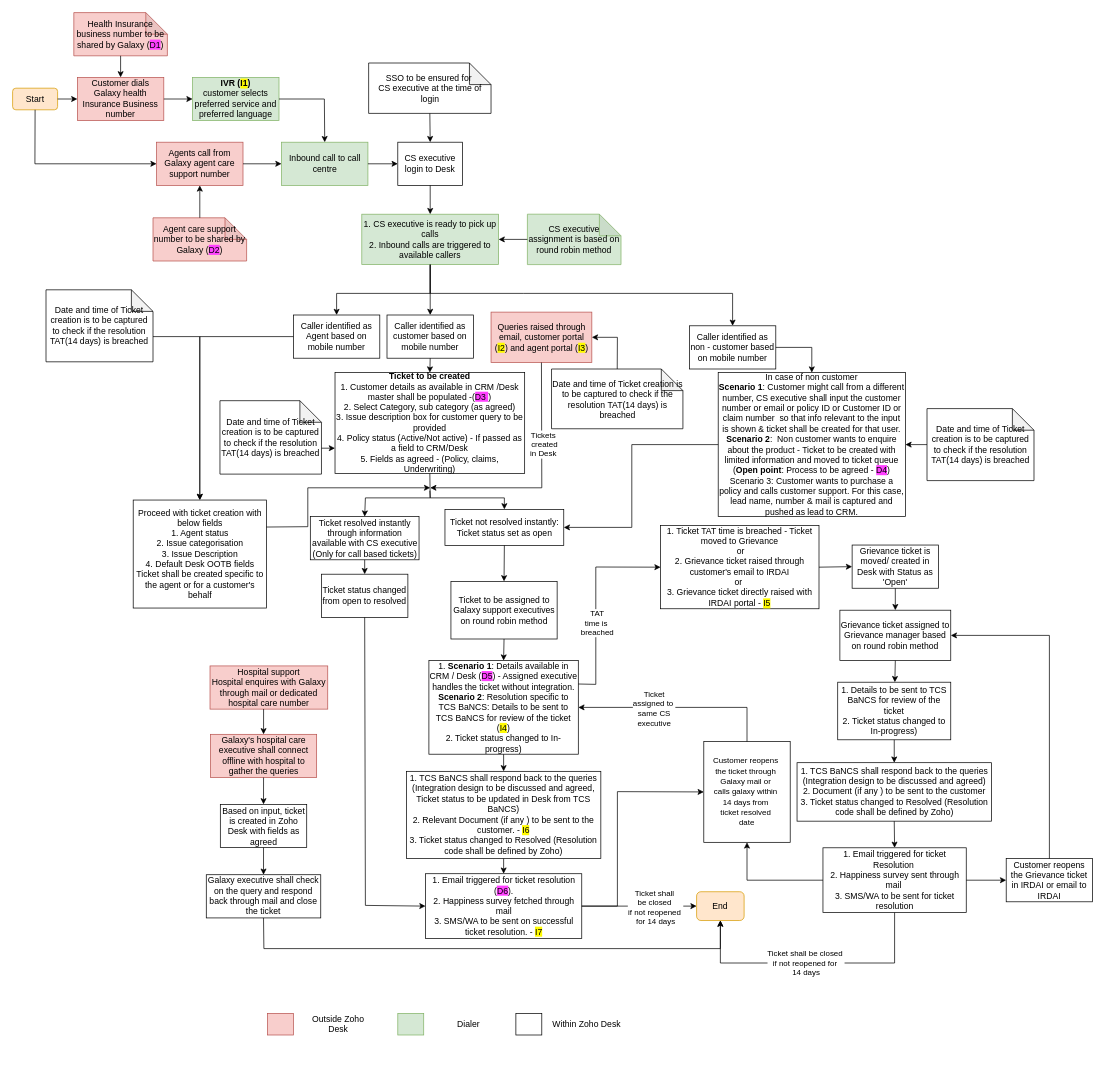
Above: Customer Support.drawio in shaileshsreedar/Galaxy (draw.io), before the change. Source tidied: cells renumbered, new cells numbered last; positions are measured from the earlier drawing's top-left corner, leaving out a move shared by most shapes. Both pictures are drawn from the tidied source at 72%, with x=0, y=0 at pixel (12, 12).
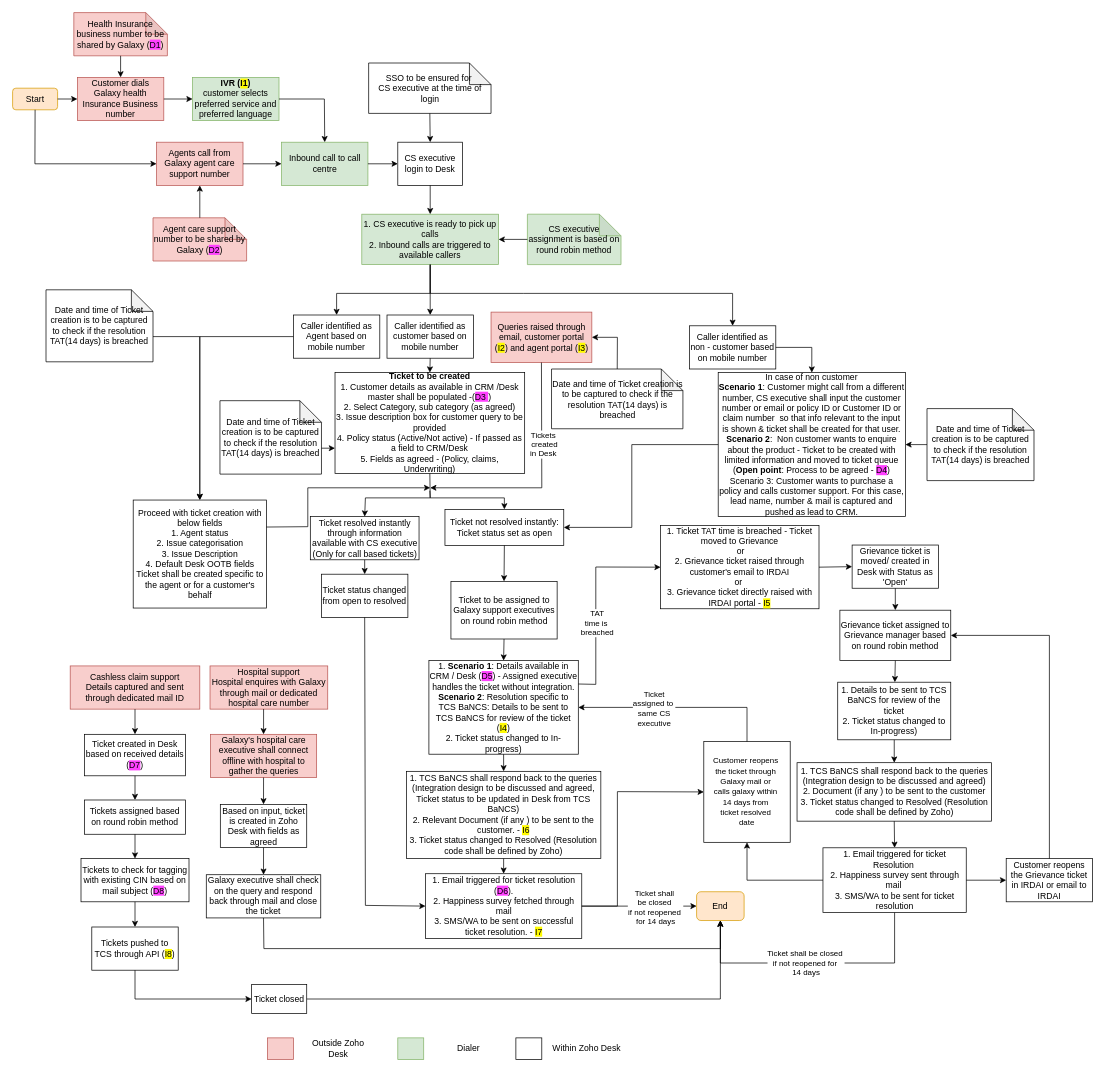
The same diagram, later.

Unchanged cells that the change refers to:
```xml
<mxCell id="58" value="End" style="rounded=1;whiteSpace=wrap;html=1;fillColor=#ffe6cc;strokeColor=#d79b00;" parent="1" vertex="1">
  <mxGeometry x="950" y="1221" width="66" height="40" as="geometry" />
</mxCell>
```

Diff of the diagram source:
```diff
@@
     <mxCell id="84" style="rounded=0;whiteSpace=wrap;html=1;fillColor=#f8cecc;strokeColor=#b85450;" parent="1" vertex="1">
-      <mxGeometry x="354" y="1390" width="36" height="30" as="geometry" />
+      <mxGeometry x="354" y="1424" width="36" height="30" as="geometry" />
     </mxCell>
     <mxCell id="85" value="Outside Zoho Desk" style="text;html=1;align=center;verticalAlign=middle;whiteSpace=wrap;rounded=0;" parent="1" vertex="1">
-      <mxGeometry x="403.5" y="1390" width="96.5" height="30" as="geometry" />
+      <mxGeometry x="403.5" y="1424" width="96.5" height="30" as="geometry" />
     </mxCell>
     <mxCell id="86" style="rounded=0;whiteSpace=wrap;html=1;fillColor=#d5e8d4;strokeColor=#82b366;" parent="1" vertex="1">
-      <mxGeometry x="535" y="1390" width="36" height="30" as="geometry" />
+      <mxGeometry x="535" y="1424" width="36" height="30" as="geometry" />
     </mxCell>
     <mxCell id="87" value="Dialer" style="text;html=1;align=center;verticalAlign=middle;whiteSpace=wrap;rounded=0;" parent="1" vertex="1">
-      <mxGeometry x="584.5" y="1390" width="96.5" height="30" as="geometry" />
+      <mxGeometry x="584.5" y="1424" width="96.5" height="30" as="geometry" />
     </mxCell>
     <mxCell id="88" style="rounded=0;whiteSpace=wrap;html=1;" parent="1" vertex="1">
-      <mxGeometry x="699" y="1390" width="36" height="30" as="geometry" />
+      <mxGeometry x="699" y="1424" width="36" height="30" as="geometry" />
     </mxCell>
     <mxCell id="89" value="Within Zoho Desk" style="text;html=1;align=center;verticalAlign=middle;whiteSpace=wrap;rounded=0;" parent="1" vertex="1">
-      <mxGeometry x="748.5" y="1390" width="96.5" height="30" as="geometry" />
+      <mxGeometry x="748.5" y="1424" width="96.5" height="30" as="geometry" />
     </mxCell>
@@
+    <mxCell id="104" value="Cashless claim support&lt;div&gt;Details captured and sent through dedicated mail ID&lt;/div&gt;" style="rounded=0;whiteSpace=wrap;html=1;fillColor=#f8cecc;strokeColor=#b85450;" parent="1" vertex="1">
+      <mxGeometry x="80" y="907.4" width="180" height="60" as="geometry" />
+    </mxCell>
+    <mxCell id="105" value="Ticket created in Desk based on received details (&lt;span style=&quot;background-color: rgb(255, 64, 255);&quot;&gt;D7&lt;/span&gt;)" style="rounded=0;whiteSpace=wrap;html=1;" parent="1" vertex="1">
+      <mxGeometry x="100" y="1002.4" width="140" height="57.6" as="geometry" />
+    </mxCell>
+    <mxCell id="106" style="endArrow=classic;html=1;rounded=0;exitX=0.5;exitY=1;exitDx=0;exitDy=0;" parent="1" edge="1" source="104" target="105">
+      <mxGeometry relative="1" as="geometry" />
+    </mxCell>
+    <mxCell id="107" value="Tickets assigned based on round robin method" style="rounded=0;whiteSpace=wrap;html=1;" parent="1" vertex="1">
+      <mxGeometry x="100" y="1093.6" width="140" height="47.6" as="geometry" />
+    </mxCell>
+    <mxCell id="108" style="endArrow=classic;html=1;rounded=0;exitX=0.5;exitY=1;exitDx=0;exitDy=0;entryX=0.5;entryY=0;entryDx=0;entryDy=0;" parent="1" edge="1" source="105" target="107">
+      <mxGeometry relative="1" as="geometry" />
+    </mxCell>
+    <mxCell id="109" value="Tickets to check for tagging with existing CIN based on mail subject (&lt;span style=&quot;background-color: rgb(255, 64, 255);&quot;&gt;D8&lt;/span&gt;)" style="rounded=0;whiteSpace=wrap;html=1;" parent="1" vertex="1">
+      <mxGeometry x="95" y="1175" width="150" height="60" as="geometry" />
+    </mxCell>
+    <mxCell id="110" style="endArrow=classic;html=1;rounded=0;exitX=0.5;exitY=1;exitDx=0;exitDy=0;entryX=0.5;entryY=0;entryDx=0;entryDy=0;" parent="1" edge="1" source="107" target="109">
+      <mxGeometry relative="1" as="geometry" />
+    </mxCell>
+    <mxCell id="111" value="Tickets pushed to TCS through API (&lt;span style=&quot;background-color: rgb(255, 251, 0);&quot;&gt;I8&lt;/span&gt;)" style="rounded=0;whiteSpace=wrap;html=1;" parent="1" vertex="1">
+      <mxGeometry x="110" y="1270" width="120" height="60" as="geometry" />
+    </mxCell>
+    <mxCell id="112" style="endArrow=classic;html=1;rounded=0;exitX=0.5;exitY=1;exitDx=0;exitDy=0;" parent="1" edge="1" source="109" target="111">
+      <mxGeometry relative="1" as="geometry" />
+    </mxCell>
+    <mxCell id="113" value="Ticket closed" style="rounded=0;whiteSpace=wrap;html=1;" parent="1" vertex="1">
+      <mxGeometry x="332" y="1350" width="76.5" height="40" as="geometry" />
+    </mxCell>
+    <mxCell id="114" style="endArrow=classic;html=1;rounded=0;exitX=0.5;exitY=1;exitDx=0;exitDy=0;entryX=0;entryY=0.5;entryDx=0;entryDy=0;" parent="1" edge="1" source="111" target="113">
+      <mxGeometry relative="1" as="geometry">
+        <Array as="points">
+          <mxPoint x="170" y="1370" />
+        </Array>
+      </mxGeometry>
+    </mxCell>
+    <mxCell id="115" style="endArrow=classic;html=1;rounded=0;exitX=1;exitY=0.5;exitDx=0;exitDy=0;entryX=0.5;entryY=1;entryDx=0;entryDy=0;" parent="1" edge="1" source="113" target="58">
+      <mxGeometry relative="1" as="geometry">
+        <Array as="points">
+          <mxPoint x="983" y="1370" />
+        </Array>
+      </mxGeometry>
+    </mxCell>
```
